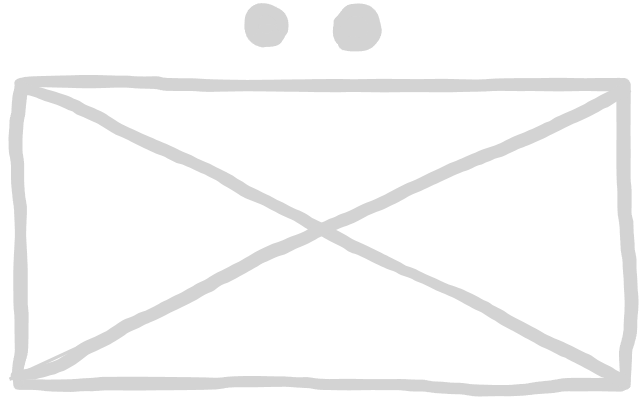
Before: factions/nato-symbols/reconinfantry.excalidraw.png, a diagram exported from Excalidraw (christsven/H.E.A.T). Source tidied: one line per element, renumbered; positions are measured from the earlier drawing's top-left corner, leaving out a move shared by most shapes. The source it was exported from:
```json
{"id": 0, "type": "freedraw", "strokeColor": "#1e1e1e", "strokeWidth": 2, "roughness": 1, "x": 10, "y": 74, "width": 602, "height": 4, "points": [[0, 0], [21, -2], [45, -2], [60, -2], [84, -2], [116, -1], [137, -1], [159, 1], [183, 2], [218, 2], [249, 2], [273, 2], [296, 2], [315, 2], [341, 2], [359, 2], [384, 2], [407, 2], [426, 2], [458, 2], [482, 1], [504, 1], [525, 1], [545, 1], [572, 1], [590, 1]]}
{"id": 1, "type": "freedraw", "strokeColor": "#1e1e1e", "strokeWidth": 2, "roughness": 1, "x": 9, "y": 375, "width": 603, "height": 9, "points": [[0, 0], [18, 0], [40, 1], [61, 0], [78, 0], [97, -1], [115, -1], [138, -1], [162, -1], [193, -1], [229, -3], [267, -3], [298, 0], [330, 0], [366, 0], [391, 1], [423, 3], [453, 6], [487, 6], [514, 5], [534, 2], [552, 0], [573, 0], [589, 0], [601, 0]]}
{"id": 2, "type": "freedraw", "strokeColor": "#1e1e1e", "strokeWidth": 2, "roughness": 1, "x": 616, "y": 375, "width": 8, "height": 300, "points": [[0, 0], [0, -9], [0, -16], [0, -25], [0, -33], [3, -48], [5, -60], [6, -75], [6, -84], [5, -99], [4, -114], [4, -123], [2, -132], [2, -144], [1, -160], [-1, -169], [-1, -178], [-1, -187], [-2, -202], [-2, -214], [-2, -223], [-2, -232], [-2, -246], [-2, -259], [-2, -268], [-2, -279], [-2, -286], [-2, -295]]}
{"id": 3, "type": "freedraw", "strokeColor": "#1e1e1e", "strokeWidth": 2, "roughness": 1, "x": 9, "y": 373, "width": 6, "height": 295, "points": [[0, 0], [-1, -7], [0, -19], [1, -26], [3, -35], [3, -43], [3, -53], [3, -64], [3, -73], [2, -83], [2, -92], [2, -101], [2, -112], [2, -137], [2, -160], [2, -167], [0, -184], [-1, -199], [-1, -215], [-1, -226], [-3, -235], [-3, -247], [-2, -259], [0, -268], [0, -275], [1, -283], [1, -290]]}
{"id": 4, "type": "freedraw", "strokeColor": "#1e1e1e", "strokeWidth": 2, "roughness": 1, "x": 254, "y": 16, "width": 17, "height": 13, "points": [[0, 0], [-3, 0], [-5, 1], [-6, 2], [-6, 5], [-4, 8], [-1, 10], [2, 11], [5, 11], [8, 11], [10, 10], [11, 7], [11, 4], [10, 3], [9, 0], [6, -2], [3, -2], [0, -2], [-2, 1], [-3, 2], [-2, 4], [-1, 5], [1, 7], [4, 8]]}
{"id": 5, "type": "freedraw", "strokeColor": "#1e1e1e", "strokeWidth": 2, "roughness": 1, "x": 344, "y": 14, "width": 27, "height": 21, "points": [[0, 0], [-8, 1], [-9, 9], [-5, 13], [2, 15], [8, 12], [10, 5], [6, -1], [-2, -1], [-8, 1], [-9, 9], [-2, 12], [5, 12], [10, 8], [10, 0], [4, -3], [-5, -3], [-12, -2], [-14, 6], [-14, 13], [-10, 18], [-2, 18], [7, 17], [11, 11], [13, 5], [12, -1], [4, -3]]}
{"id": 6, "type": "freedraw", "strokeColor": "#1e1e1e", "strokeWidth": 2, "roughness": 1, "x": 264, "y": 9, "width": 29, "height": 28, "points": [[0, 0], [-7, 0], [-13, 0], [-18, 2], [-19, 5], [-21, 8], [-21, 12], [-18, 17], [-14, 18], [-11, 20], [-8, 21], [-3, 21], [1, 20], [3, 16], [6, 13], [7, 8], [7, 4], [6, -1], [2, -4], [-3, -5], [-9, -7], [-13, -7], [-18, -6], [-19, -3], [-22, -1], [-22, 3], [-22, 8], [-22, 12], [-20, 17], [-17, 20], [-14, 21], [-11, 21]]}
{"id": 7, "type": "freedraw", "strokeColor": "#1e1e1e", "strokeWidth": 2, "roughness": 1, "x": 329, "y": 12, "width": 36, "height": 34, "points": [[0, 0], [1, -1], [4, -4], [6, -7], [7, -9], [10, -10], [12, -12], [15, -12], [18, -12], [21, -12], [24, -12], [27, -12], [28, -11], [31, -8], [33, -6], [33, -3], [34, -2], [34, 1], [36, 4], [36, 7], [36, 10], [36, 13], [35, 15], [33, 16], [32, 18], [29, 19], [27, 21], [24, 22], [21, 22], [18, 22], [15, 22], [12, 22], [9, 22], [8, 21], [6, 21]]}
{"id": 8, "type": "freedraw", "strokeColor": "#1e1e1e", "strokeWidth": 2, "roughness": 1, "x": 272, "y": 17, "width": 31, "height": 19, "points": [[0, 0], [1, 0], [1, -2], [1, -3], [1, -5], [0, -5], [0, -6], [-1, -8], [-1, -9], [-1, -11], [-3, -11], [-3, -12], [-4, -12], [-6, -14], [-7, -14], [-7, -15], [-9, -15], [-10, -15], [-12, -15], [-12, -17], [-13, -17], [-15, -17], [-16, -17], [-18, -17], [-19, -17], [-21, -17], [-22, -17], [-24, -17], [-25, -17], [-25, -16], [-27, -16], [-28, -14], [-28, -13], [-30, -11], [-30, -10], [-30, -8], [-30, -7], [-30, -5], [-30, -4], [-30, -2], [-30, -1], [-30, 1], [-30, 2], [-30, 2]]}
{"id": 9, "type": "line", "strokeColor": "#1e1e1e", "strokeWidth": 2, "roughness": 1, "round": true, "x": 619, "y": 80, "width": 619, "height": 289, "points": [[0, 0], [-619, 289]]}
{"id": 10, "type": "freedraw", "strokeColor": "#1e1e1e", "strokeWidth": 2, "roughness": 1, "x": 15, "y": 80, "width": 597, "height": 291, "points": [[0, 0], [18, 4], [45, 13], [63, 22], [93, 39], [120, 52], [145, 63], [178, 78], [199, 88], [223, 103], [259, 120], [286, 135], [310, 147], [337, 160], [372, 177], [412, 195], [439, 207], [460, 217], [484, 232], [504, 243], [520, 252], [540, 261], [556, 268], [571, 277], [588, 286]]}
{"id": 11, "type": "freedraw", "strokeColor": "#1e1e1e", "strokeWidth": 2, "roughness": 1, "x": 6, "y": 366, "width": 607, "height": 284, "points": [[0, 0], [24, -4], [45, -10], [58, -19], [84, -34], [106, -47], [135, -61], [157, -71], [180, -83], [201, -95], [225, -107], [249, -121], [270, -128], [301, -145], [327, -155], [361, -170], [385, -182], [417, -197], [444, -209], [468, -220], [492, -229], [516, -239], [538, -250], [561, -260], [580, -271], [592, -277], [604, -283]]}
```
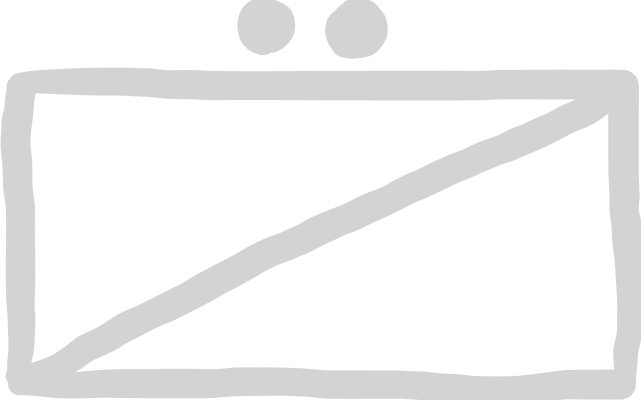
The same diagram one commit later.

Change to the diagram source:
```diff
@@ -1,12 +1,11 @@
-{"id": 0, "type": "freedraw", "strokeColor": "#1e1e1e", "strokeWidth": 2, "roughness": 1, "x": 10, "y": 74, "width": 602, "height": 4, "points": [[0, 0], [21, -2], [45, -2], [60, -2], [84, -2], [116, -1], [137, -1], [159, 1], [183, 2], [218, 2], [249, 2], [273, 2], [296, 2], [315, 2], [341, 2], [359, 2], [384, 2], [407, 2], [426, 2], [458, 2], [482, 1], [504, 1], [525, 1], [545, 1], [572, 1], [590, 1]]}
+{"id": 0, "type": "freedraw", "strokeColor": "#1e1e1e", "strokeWidth": 4, "roughness": 1, "x": 10, "y": 74, "width": 602, "height": 4, "points": [[0, 0], [21, -2], [45, -2], [60, -2], [84, -2], [116, -1], [137, -1], [159, 1], [183, 2], [218, 2], [249, 2], [273, 2], [296, 2], [315, 2], [341, 2], [359, 2], [384, 2], [407, 2], [426, 2], [458, 2], [482, 1], [504, 1], [525, 1], [545, 1], [572, 1], [590, 1]]}
-{"id": 1, "type": "freedraw", "strokeColor": "#1e1e1e", "strokeWidth": 2, "roughness": 1, "x": 9, "y": 375, "width": 603, "height": 9, "points": [[0, 0], [18, 0], [40, 1], [61, 0], [78, 0], [97, -1], [115, -1], [138, -1], [162, -1], [193, -1], [229, -3], [267, -3], [298, 0], [330, 0], [366, 0], [391, 1], [423, 3], [453, 6], [487, 6], [514, 5], [534, 2], [552, 0], [573, 0], [589, 0], [601, 0]]}
+{"id": 1, "type": "freedraw", "strokeColor": "#1e1e1e", "strokeWidth": 4, "roughness": 1, "x": 9, "y": 375, "width": 603, "height": 9, "points": [[0, 0], [18, 0], [40, 1], [61, 0], [78, 0], [97, -1], [115, -1], [138, -1], [162, -1], [193, -1], [229, -3], [267, -3], [298, 0], [330, 0], [366, 0], [391, 1], [423, 3], [453, 6], [487, 6], [514, 5], [534, 2], [552, 0], [573, 0], [589, 0], [601, 0]]}
-{"id": 2, "type": "freedraw", "strokeColor": "#1e1e1e", "strokeWidth": 2, "roughness": 1, "x": 616, "y": 375, "width": 8, "height": 300, "points": [[0, 0], [0, -9], [0, -16], [0, -25], [0, -33], [3, -48], [5, -60], [6, -75], [6, -84], [5, -99], [4, -114], [4, -123], [2, -132], [2, -144], [1, -160], [-1, -169], [-1, -178], [-1, -187], [-2, -202], [-2, -214], [-2, -223], [-2, -232], [-2, -246], [-2, -259], [-2, -268], [-2, -279], [-2, -286], [-2, -295]]}
+{"id": 2, "type": "freedraw", "strokeColor": "#1e1e1e", "strokeWidth": 4, "roughness": 1, "x": 616, "y": 375, "width": 8, "height": 300, "points": [[0, 0], [0, -9], [0, -16], [0, -25], [0, -33], [3, -48], [5, -60], [6, -75], [6, -84], [5, -99], [4, -114], [4, -123], [2, -132], [2, -144], [1, -160], [-1, -169], [-1, -178], [-1, -187], [-2, -202], [-2, -214], [-2, -223], [-2, -232], [-2, -246], [-2, -259], [-2, -268], [-2, -279], [-2, -286], [-2, -295]]}
-{"id": 3, "type": "freedraw", "strokeColor": "#1e1e1e", "strokeWidth": 2, "roughness": 1, "x": 9, "y": 373, "width": 6, "height": 295, "points": [[0, 0], [-1, -7], [0, -19], [1, -26], [3, -35], [3, -43], [3, -53], [3, -64], [3, -73], [2, -83], [2, -92], [2, -101], [2, -112], [2, -137], [2, -160], [2, -167], [0, -184], [-1, -199], [-1, -215], [-1, -226], [-3, -235], [-3, -247], [-2, -259], [0, -268], [0, -275], [1, -283], [1, -290]]}
+{"id": 3, "type": "freedraw", "strokeColor": "#1e1e1e", "strokeWidth": 4, "roughness": 1, "x": 9, "y": 373, "width": 6, "height": 295, "points": [[0, 0], [-1, -7], [0, -19], [1, -26], [3, -35], [3, -43], [3, -53], [3, -64], [3, -73], [2, -83], [2, -92], [2, -101], [2, -112], [2, -137], [2, -160], [2, -167], [0, -184], [-1, -199], [-1, -215], [-1, -226], [-3, -235], [-3, -247], [-2, -259], [0, -268], [0, -275], [1, -283], [1, -290]]}
-{"id": 4, "type": "freedraw", "strokeColor": "#1e1e1e", "strokeWidth": 2, "roughness": 1, "x": 254, "y": 16, "width": 17, "height": 13, "points": [[0, 0], [-3, 0], [-5, 1], [-6, 2], [-6, 5], [-4, 8], [-1, 10], [2, 11], [5, 11], [8, 11], [10, 10], [11, 7], [11, 4], [10, 3], [9, 0], [6, -2], [3, -2], [0, -2], [-2, 1], [-3, 2], [-2, 4], [-1, 5], [1, 7], [4, 8]]}
+{"id": 4, "type": "freedraw", "strokeColor": "#1e1e1e", "strokeWidth": 4, "roughness": 1, "x": 254, "y": 16, "width": 17, "height": 13, "points": [[0, 0], [-3, 0], [-5, 1], [-6, 2], [-6, 5], [-4, 8], [-1, 10], [2, 11], [5, 11], [8, 11], [10, 10], [11, 7], [11, 4], [10, 3], [9, 0], [6, -2], [3, -2], [0, -2], [-2, 1], [-3, 2], [-2, 4], [-1, 5], [1, 7], [4, 8]]}
-{"id": 5, "type": "freedraw", "strokeColor": "#1e1e1e", "strokeWidth": 2, "roughness": 1, "x": 344, "y": 14, "width": 27, "height": 21, "points": [[0, 0], [-8, 1], [-9, 9], [-5, 13], [2, 15], [8, 12], [10, 5], [6, -1], [-2, -1], [-8, 1], [-9, 9], [-2, 12], [5, 12], [10, 8], [10, 0], [4, -3], [-5, -3], [-12, -2], [-14, 6], [-14, 13], [-10, 18], [-2, 18], [7, 17], [11, 11], [13, 5], [12, -1], [4, -3]]}
+{"id": 5, "type": "freedraw", "strokeColor": "#1e1e1e", "strokeWidth": 4, "roughness": 1, "x": 344, "y": 14, "width": 27, "height": 21, "points": [[0, 0], [-8, 1], [-9, 9], [-5, 13], [2, 15], [8, 12], [10, 5], [6, -1], [-2, -1], [-8, 1], [-9, 9], [-2, 12], [5, 12], [10, 8], [10, 0], [4, -3], [-5, -3], [-12, -2], [-14, 6], [-14, 13], [-10, 18], [-2, 18], [7, 17], [11, 11], [13, 5], [12, -1], [4, -3]]}
-{"id": 6, "type": "freedraw", "strokeColor": "#1e1e1e", "strokeWidth": 2, "roughness": 1, "x": 264, "y": 9, "width": 29, "height": 28, "points": [[0, 0], [-7, 0], [-13, 0], [-18, 2], [-19, 5], [-21, 8], [-21, 12], [-18, 17], [-14, 18], [-11, 20], [-8, 21], [-3, 21], [1, 20], [3, 16], [6, 13], [7, 8], [7, 4], [6, -1], [2, -4], [-3, -5], [-9, -7], [-13, -7], [-18, -6], [-19, -3], [-22, -1], [-22, 3], [-22, 8], [-22, 12], [-20, 17], [-17, 20], [-14, 21], [-11, 21]]}
+{"id": 6, "type": "freedraw", "strokeColor": "#1e1e1e", "strokeWidth": 4, "roughness": 1, "x": 264, "y": 9, "width": 29, "height": 28, "points": [[0, 0], [-7, 0], [-13, 0], [-18, 2], [-19, 5], [-21, 8], [-21, 12], [-18, 17], [-14, 18], [-11, 20], [-8, 21], [-3, 21], [1, 20], [3, 16], [6, 13], [7, 8], [7, 4], [6, -1], [2, -4], [-3, -5], [-9, -7], [-13, -7], [-18, -6], [-19, -3], [-22, -1], [-22, 3], [-22, 8], [-22, 12], [-20, 17], [-17, 20], [-14, 21], [-11, 21]]}
-{"id": 7, "type": "freedraw", "strokeColor": "#1e1e1e", "strokeWidth": 2, "roughness": 1, "x": 329, "y": 12, "width": 36, "height": 34, "points": [[0, 0], [1, -1], [4, -4], [6, -7], [7, -9], [10, -10], [12, -12], [15, -12], [18, -12], [21, -12], [24, -12], [27, -12], [28, -11], [31, -8], [33, -6], [33, -3], [34, -2], [34, 1], [36, 4], [36, 7], [36, 10], [36, 13], [35, 15], [33, 16], [32, 18], [29, 19], [27, 21], [24, 22], [21, 22], [18, 22], [15, 22], [12, 22], [9, 22], [8, 21], [6, 21]]}
+{"id": 7, "type": "freedraw", "strokeColor": "#1e1e1e", "strokeWidth": 4, "roughness": 1, "x": 329, "y": 12, "width": 36, "height": 34, "points": [[0, 0], [1, -1], [4, -4], [6, -7], [7, -9], [10, -10], [12, -12], [15, -12], [18, -12], [21, -12], [24, -12], [27, -12], [28, -11], [31, -8], [33, -6], [33, -3], [34, -2], [34, 1], [36, 4], [36, 7], [36, 10], [36, 13], [35, 15], [33, 16], [32, 18], [29, 19], [27, 21], [24, 22], [21, 22], [18, 22], [15, 22], [12, 22], [9, 22], [8, 21], [6, 21]]}
-{"id": 8, "type": "freedraw", "strokeColor": "#1e1e1e", "strokeWidth": 2, "roughness": 1, "x": 272, "y": 17, "width": 31, "height": 19, "points": [[0, 0], [1, 0], [1, -2], [1, -3], [1, -5], [0, -5], [0, -6], [-1, -8], [-1, -9], [-1, -11], [-3, -11], [-3, -12], [-4, -12], [-6, -14], [-7, -14], [-7, -15], [-9, -15], [-10, -15], [-12, -15], [-12, -17], [-13, -17], [-15, -17], [-16, -17], [-18, -17], [-19, -17], [-21, -17], [-22, -17], [-24, -17], [-25, -17], [-25, -16], [-27, -16], [-28, -14], [-28, -13], [-30, -11], [-30, -10], [-30, -8], [-30, -7], [-30, -5], [-30, -4], [-30, -2], [-30, -1], [-30, 1], [-30, 2], [-30, 2]]}
+{"id": 8, "type": "freedraw", "strokeColor": "#1e1e1e", "strokeWidth": 4, "roughness": 1, "x": 272, "y": 17, "width": 31, "height": 19, "points": [[0, 0], [1, 0], [1, -2], [1, -3], [1, -5], [0, -5], [0, -6], [-1, -8], [-1, -9], [-1, -11], [-3, -11], [-3, -12], [-4, -12], [-6, -14], [-7, -14], [-7, -15], [-9, -15], [-10, -15], [-12, -15], [-12, -17], [-13, -17], [-15, -17], [-16, -17], [-18, -17], [-19, -17], [-21, -17], [-22, -17], [-24, -17], [-25, -17], [-25, -16], [-27, -16], [-28, -14], [-28, -13], [-30, -11], [-30, -10], [-30, -8], [-30, -7], [-30, -5], [-30, -4], [-30, -2], [-30, -1], [-30, 1], [-30, 2], [-30, 2]]}
-{"id": 9, "type": "line", "strokeColor": "#1e1e1e", "strokeWidth": 2, "roughness": 1, "round": true, "x": 619, "y": 80, "width": 619, "height": 289, "points": [[0, 0], [-619, 289]]}
+{"id": 9, "type": "line", "strokeColor": "#1e1e1e", "strokeWidth": 4, "roughness": 1, "round": true, "x": 619, "y": 80, "width": 619, "height": 289, "points": [[0, 0], [-619, 289]]}
-{"id": 10, "type": "freedraw", "strokeColor": "#1e1e1e", "strokeWidth": 2, "roughness": 1, "x": 15, "y": 80, "width": 597, "height": 291, "points": [[0, 0], [18, 4], [45, 13], [63, 22], [93, 39], [120, 52], [145, 63], [178, 78], [199, 88], [223, 103], [259, 120], [286, 135], [310, 147], [337, 160], [372, 177], [412, 195], [439, 207], [460, 217], [484, 232], [504, 243], [520, 252], [540, 261], [556, 268], [571, 277], [588, 286]]}
-{"id": 11, "type": "freedraw", "strokeColor": "#1e1e1e", "strokeWidth": 2, "roughness": 1, "x": 6, "y": 366, "width": 607, "height": 284, "points": [[0, 0], [24, -4], [45, -10], [58, -19], [84, -34], [106, -47], [135, -61], [157, -71], [180, -83], [201, -95], [225, -107], [249, -121], [270, -128], [301, -145], [327, -155], [361, -170], [385, -182], [417, -197], [444, -209], [468, -220], [492, -229], [516, -239], [538, -250], [561, -260], [580, -271], [592, -277], [604, -283]]}
+{"id": 11, "type": "freedraw", "strokeColor": "#1e1e1e", "strokeWidth": 4, "roughness": 1, "x": 6, "y": 366, "width": 607, "height": 284, "points": [[0, 0], [24, -4], [45, -10], [58, -19], [84, -34], [106, -47], [135, -61], [157, -71], [180, -83], [201, -95], [225, -107], [249, -121], [270, -128], [301, -145], [327, -155], [361, -170], [385, -182], [417, -197], [444, -209], [468, -220], [492, -229], [516, -239], [538, -250], [561, -260], [580, -271], [592, -277], [604, -283]]}
```
